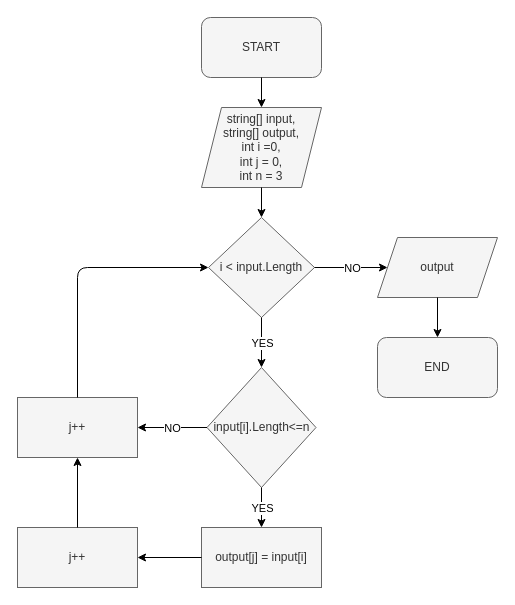
Zmeelov7598/FinalWorkBlock keeps this draw.io diagram as Diagrams/algorithms.drawio. Above is the earlier version. Source tidied: cells renumbered, new cells numbered last; positions are measured from the earlier drawing's top-left corner, leaving out a move shared by most shapes. Both pictures are drawn from the tidied source at 100%, with x=0, y=0 at pixel (17, 17).
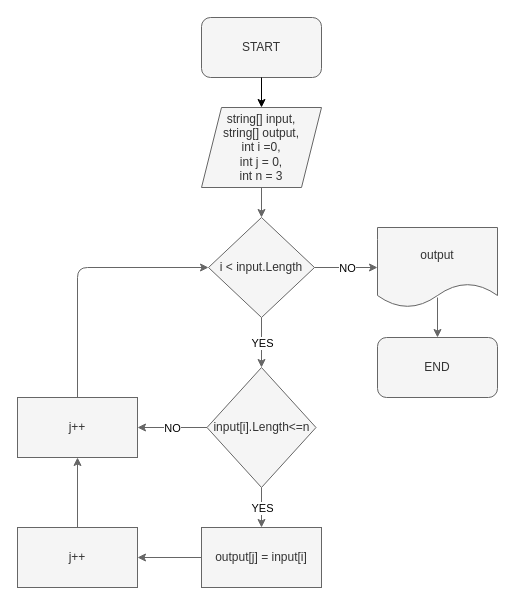
The same diagram, later.

Unchanged cells that the change refers to:
```xml
<mxCell id="3" value="string[] input,&lt;br&gt;string[] output,&lt;br&gt;int i =0,&lt;br&gt;int j = 0,&lt;br&gt;int n = 3" style="shape=parallelogram;perimeter=parallelogramPerimeter;whiteSpace=wrap;html=1;fixedSize=1;fillColor=#f5f5f5;fontColor=#333333;strokeColor=#666666;" parent="1" vertex="1">
  <mxGeometry x="184" y="90" width="120" height="80" as="geometry" />
</mxCell>
<mxCell id="5" value="i &amp;lt; input.Length" style="rhombus;whiteSpace=wrap;html=1;fillColor=#f5f5f5;fontColor=#333333;strokeColor=#666666;" parent="1" vertex="1">
  <mxGeometry x="191" y="200" width="106" height="100" as="geometry" />
</mxCell>
<mxCell id="10" value="END" style="rounded=1;whiteSpace=wrap;html=1;fillColor=#f5f5f5;fontColor=#333333;strokeColor=#666666;" parent="1" vertex="1">
  <mxGeometry x="360" y="320" width="120" height="60" as="geometry" />
</mxCell>
<mxCell id="12" value="input[i].Length&amp;lt;=n" style="rhombus;whiteSpace=wrap;html=1;fillColor=#f5f5f5;fontColor=#333333;strokeColor=#666666;" parent="1" vertex="1">
  <mxGeometry x="189.5" y="350" width="109" height="120" as="geometry" />
</mxCell>
<mxCell id="17" value="output[j] = input[i]" style="rounded=0;whiteSpace=wrap;html=1;fillColor=#f5f5f5;fontColor=#333333;strokeColor=#666666;" parent="1" vertex="1">
  <mxGeometry x="184" y="510" width="120" height="60" as="geometry" />
</mxCell>
<mxCell id="18" value="j++" style="rounded=0;whiteSpace=wrap;html=1;fillColor=#f5f5f5;fontColor=#333333;strokeColor=#666666;" parent="1" vertex="1">
  <mxGeometry y="510" width="120" height="60" as="geometry" />
</mxCell>
<mxCell id="20" value="j++" style="rounded=0;whiteSpace=wrap;html=1;fillColor=#f5f5f5;fontColor=#333333;strokeColor=#666666;" parent="1" vertex="1">
  <mxGeometry y="380" width="120" height="60" as="geometry" />
</mxCell>
```

The edit, as a diff of the source:
```diff
@@
-    <mxCell id="6" style="endArrow=classic;html=1;entryX=0.5;entryY=0;entryDx=0;entryDy=0;exitX=0.5;exitY=1;exitDx=0;exitDy=0;" parent="1" edge="1" source="3" target="5">
+    <mxCell id="6" style="endArrow=classic;html=1;entryX=0.5;entryY=0;entryDx=0;entryDy=0;exitX=0.5;exitY=1;exitDx=0;exitDy=0;fillColor=#f5f5f5;strokeColor=#666666;" parent="1" edge="1" source="3" target="5">
       <mxGeometry relative="1" as="geometry" />
     </mxCell>
-    <mxCell id="7" value="output" style="shape=parallelogram;perimeter=parallelogramPerimeter;whiteSpace=wrap;html=1;fixedSize=1;fillColor=#f5f5f5;fontColor=#333333;strokeColor=#666666;" parent="1" vertex="1">
-      <mxGeometry x="360" y="220" width="120" height="60" as="geometry" />
-    </mxCell>
-    <mxCell id="8" style="endArrow=classic;html=1;entryX=0;entryY=0.5;entryDx=0;entryDy=0;exitX=1;exitY=0.5;exitDx=0;exitDy=0;" parent="1" edge="1" source="5" target="7">
+    <mxCell id="8" style="endArrow=classic;html=1;entryX=0;entryY=0.5;entryDx=0;entryDy=0;exitX=1;exitY=0.5;exitDx=0;exitDy=0;fillColor=#f5f5f5;strokeColor=#666666;" parent="1" edge="1" source="5" target="7">
       <mxGeometry relative="1" as="geometry" />
     </mxCell>
@@
-    <mxCell id="11" style="endArrow=classic;html=1;entryX=0.5;entryY=0;entryDx=0;entryDy=0;exitX=0.5;exitY=1;exitDx=0;exitDy=0;" parent="1" edge="1" source="7" target="10">
-      <mxGeometry relative="1" as="geometry" />
+    <mxCell id="11" style="endArrow=classic;html=1;entryX=0.5;entryY=0;entryDx=0;entryDy=0;fillColor=#f5f5f5;strokeColor=#666666;" parent="1" edge="1" target="10">
+      <mxGeometry relative="1" as="geometry">
+        <mxPoint x="420" y="280" as="sourcePoint" />
+      </mxGeometry>
     </mxCell>
@@
-    <mxCell id="13" style="endArrow=classic;html=1;exitX=0.5;exitY=1;exitDx=0;exitDy=0;entryX=0.5;entryY=0;entryDx=0;entryDy=0;" parent="1" edge="1" source="5" target="12">
+    <mxCell id="13" style="endArrow=classic;html=1;exitX=0.5;exitY=1;exitDx=0;exitDy=0;entryX=0.5;entryY=0;entryDx=0;entryDy=0;fillColor=#f5f5f5;strokeColor=#666666;" parent="1" edge="1" source="5" target="12">
       <mxGeometry relative="1" as="geometry" />
     </mxCell>
@@
-    <mxCell id="15" style="endArrow=classic;html=1;exitX=0.5;exitY=1;exitDx=0;exitDy=0;" parent="1" edge="1" source="12" target="17">
+    <mxCell id="15" style="endArrow=classic;html=1;exitX=0.5;exitY=1;exitDx=0;exitDy=0;fillColor=#f5f5f5;strokeColor=#666666;" parent="1" edge="1" source="12" target="17">
       <mxGeometry relative="1" as="geometry" />
     </mxCell>
@@
-    <mxCell id="19" style="endArrow=classic;html=1;exitX=0;exitY=0.5;exitDx=0;exitDy=0;entryX=1;entryY=0.5;entryDx=0;entryDy=0;" parent="1" edge="1" source="17" target="18">
+    <mxCell id="19" style="endArrow=classic;html=1;exitX=0;exitY=0.5;exitDx=0;exitDy=0;entryX=1;entryY=0.5;entryDx=0;entryDy=0;fillColor=#f5f5f5;strokeColor=#666666;" parent="1" edge="1" source="17" target="18">
       <mxGeometry relative="1" as="geometry" />
     </mxCell>
@@
-    <mxCell id="21" style="endArrow=classic;html=1;exitX=0.5;exitY=0;exitDx=0;exitDy=0;entryX=0.5;entryY=1;entryDx=0;entryDy=0;" parent="1" edge="1" source="18" target="20">
+    <mxCell id="21" style="endArrow=classic;html=1;exitX=0.5;exitY=0;exitDx=0;exitDy=0;entryX=0.5;entryY=1;entryDx=0;entryDy=0;fillColor=#f5f5f5;strokeColor=#666666;" parent="1" edge="1" source="18" target="20">
       <mxGeometry relative="1" as="geometry" />
     </mxCell>
-    <mxCell id="22" style="endArrow=classic;html=1;entryX=1;entryY=0.5;entryDx=0;entryDy=0;exitX=0;exitY=0.5;exitDx=0;exitDy=0;" parent="1" edge="1" source="12" target="20">
+    <mxCell id="22" style="endArrow=classic;html=1;entryX=1;entryY=0.5;entryDx=0;entryDy=0;exitX=0;exitY=0.5;exitDx=0;exitDy=0;fillColor=#f5f5f5;strokeColor=#666666;" parent="1" edge="1" source="12" target="20">
       <mxGeometry relative="1" as="geometry" />
     </mxCell>
@@
-    <mxCell id="24" style="endArrow=classic;html=1;exitX=0.5;exitY=0;exitDx=0;exitDy=0;entryX=0;entryY=0.5;entryDx=0;entryDy=0;" parent="1" edge="1" source="20" target="5">
+    <mxCell id="24" style="endArrow=classic;html=1;exitX=0.5;exitY=0;exitDx=0;exitDy=0;entryX=0;entryY=0.5;entryDx=0;entryDy=0;strokeColor=#666666;fillColor=#f5f5f5;" parent="1" edge="1" source="20" target="5">
       <mxGeometry relative="1" as="geometry">
         <Array as="points">
           <mxPoint x="60" y="250" />
         </Array>
       </mxGeometry>
     </mxCell>
+    <mxCell id="7" value="output" style="shape=document;whiteSpace=wrap;html=1;boundedLbl=1;fillColor=#f5f5f5;fontColor=#333333;strokeColor=#666666;" parent="1" vertex="1">
+      <mxGeometry x="360" y="210" width="120" height="80" as="geometry" />
+    </mxCell>
```
